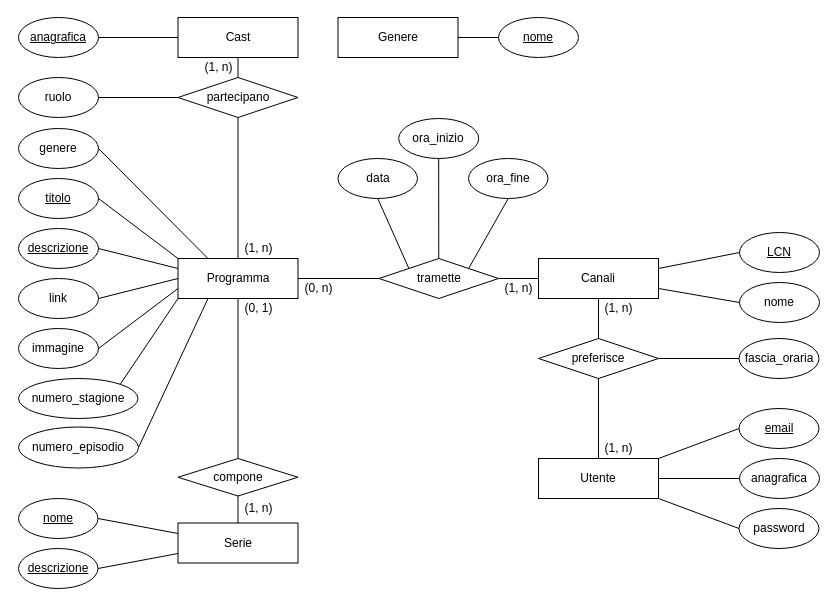
Earlier version of the draw.io diagram Diagramma ER.drawio (Timat-Piderma/progetto-DB). Source tidied: cells renumbered, new cells numbered last; positions are measured from the earlier drawing's top-left corner, leaving out a move shared by most shapes. Both pictures are drawn from the tidied source at 100%, with x=0, y=0 at pixel (18, 17).
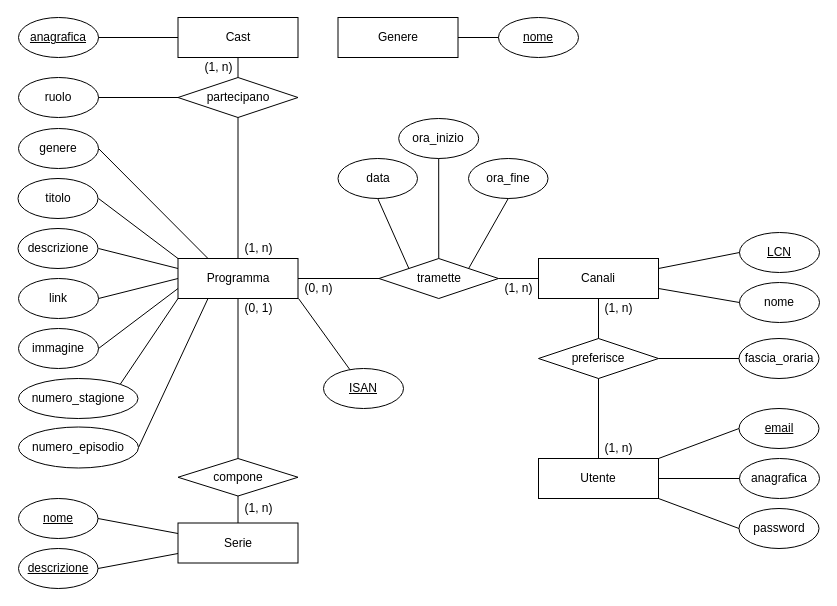
After the change.

The change refers to these unchanged cells:
```xml
<mxCell id="3" value="Programma" style="rounded=0;whiteSpace=wrap;html=1;" parent="1" vertex="1">
  <mxGeometry x="159.5" y="241" width="120" height="40" as="geometry" />
</mxCell>
```

The edit, as a diff of the source:
```diff
@@
-    <mxCell id="21" value="&lt;u&gt;descrizione&lt;/u&gt;" style="ellipse;whiteSpace=wrap;html=1;align=center;" parent="1" vertex="1">
-      <mxGeometry y="211" width="80" height="40" as="geometry" />
-    </mxCell>
-    <mxCell id="22" value="titolo" style="ellipse;whiteSpace=wrap;html=1;align=center;fontStyle=4;" parent="1" vertex="1">
-      <mxGeometry y="161" width="80" height="40" as="geometry" />
-    </mxCell>
@@
-    <mxCell id="38" style="endArrow=none;html=1;rounded=0;entryX=1;entryY=0.5;entryDx=0;entryDy=0;exitX=0;exitY=0;exitDx=0;exitDy=0;" parent="1" edge="1" source="3" target="22">
-      <mxGeometry relative="1" as="geometry" />
+    <mxCell id="38" style="endArrow=none;html=1;rounded=0;entryX=1;entryY=0.5;entryDx=0;entryDy=0;exitX=0;exitY=0;exitDx=0;exitDy=0;" parent="1" edge="1" source="3">
+      <mxGeometry relative="1" as="geometry">
+        <mxPoint x="80" y="181" as="targetPoint" />
+      </mxGeometry>
     </mxCell>
-    <mxCell id="39" style="endArrow=none;html=1;rounded=0;exitX=0;exitY=0.25;exitDx=0;exitDy=0;entryX=1;entryY=0.5;entryDx=0;entryDy=0;" parent="1" edge="1" source="3" target="21">
-      <mxGeometry relative="1" as="geometry" />
+    <mxCell id="39" style="endArrow=none;html=1;rounded=0;exitX=0;exitY=0.25;exitDx=0;exitDy=0;entryX=1;entryY=0.5;entryDx=0;entryDy=0;" parent="1" edge="1" source="3">
+      <mxGeometry relative="1" as="geometry">
+        <mxPoint x="80" y="231" as="targetPoint" />
+      </mxGeometry>
     </mxCell>
@@
+    <mxCell id="22" value="&lt;div&gt;titolo&lt;/div&gt;" style="ellipse;whiteSpace=wrap;html=1;fontFamily=Helvetica;fontSize=12;fontColor=default;align=center;strokeColor=default;fillColor=default;" parent="1" vertex="1">
+      <mxGeometry x="-0.5" y="161" width="80" height="40" as="geometry" />
+    </mxCell>
+    <mxCell id="21" value="descrizione" style="ellipse;whiteSpace=wrap;html=1;fontFamily=Helvetica;fontSize=12;fontColor=default;align=center;strokeColor=default;fillColor=default;" parent="1" vertex="1">
+      <mxGeometry x="-0.5" y="211" width="80" height="40" as="geometry" />
+    </mxCell>
+    <mxCell id="71" value="ISAN" style="ellipse;whiteSpace=wrap;html=1;align=center;fontStyle=4;" parent="1" vertex="1">
+      <mxGeometry x="305" y="351" width="80" height="40" as="geometry" />
+    </mxCell>
+    <mxCell id="72" style="endArrow=none;html=1;rounded=0;" parent="1" edge="1" target="71">
+      <mxGeometry relative="1" as="geometry">
+        <mxPoint x="280" y="281" as="sourcePoint" />
+      </mxGeometry>
+    </mxCell>
```
